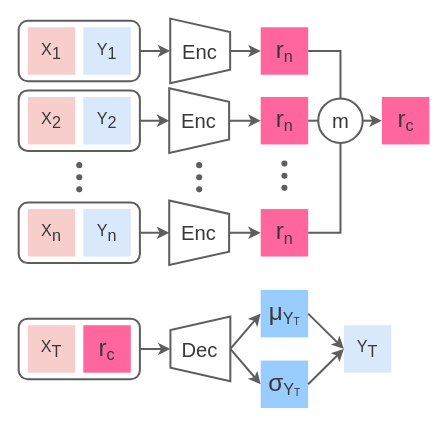
Earlier version of the draw.io diagram page "_CNPs" (1 of 5) of neural_process/nps.drawio (toonnyy8/PPT). Source tidied: cells renumbered, new cells numbered last; positions are measured from the earlier drawing's top-left corner, leaving out a move shared by most shapes. Both pictures are drawn from the tidied source at 101%, with x=0, y=0 at pixel (18, 18).
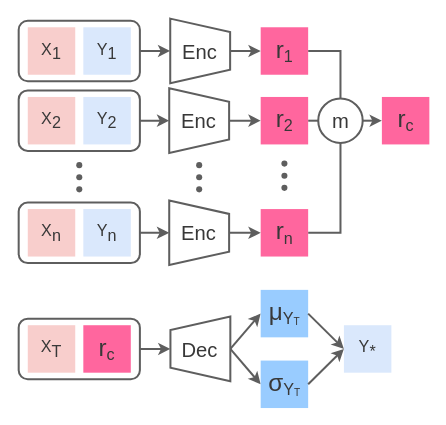
After the change.

Diff of the diagram source:
```diff
@@
-    <mxCell id="29" value="&lt;font style=&quot;font-size: 24px&quot;&gt;r&lt;/font&gt;&lt;sub style=&quot;font-size: 16px&quot;&gt;n&lt;/sub&gt;" style="whiteSpace=wrap;html=1;strokeColor=none;strokeWidth=2;fillColor=#FF669E;fontSize=16;fontColor=#383838;" parent="1" vertex="1">
+    <mxCell id="29" value="&lt;font style=&quot;font-size: 24px&quot;&gt;r&lt;/font&gt;&lt;sub style=&quot;font-size: 16px&quot;&gt;2&lt;/sub&gt;" style="whiteSpace=wrap;html=1;strokeColor=none;strokeWidth=2;fillColor=#FF669E;fontSize=16;fontColor=#383838;" parent="1" vertex="1">
       <mxGeometry x="239.6" y="77.5" width="47" height="47" as="geometry" />
     </mxCell>
@@
-    <mxCell id="32" value="&lt;font style=&quot;font-size: 24px&quot;&gt;r&lt;/font&gt;&lt;sub style=&quot;font-size: 16px&quot;&gt;n&lt;/sub&gt;" style="whiteSpace=wrap;html=1;strokeColor=none;strokeWidth=2;fillColor=#FF669E;fontSize=16;fontColor=#383838;" parent="1" vertex="1">
+    <mxCell id="32" value="&lt;font style=&quot;font-size: 24px&quot;&gt;r&lt;/font&gt;&lt;sub style=&quot;font-size: 16px&quot;&gt;1&lt;/sub&gt;" style="whiteSpace=wrap;html=1;strokeColor=none;strokeWidth=2;fillColor=#FF669E;fontSize=16;fontColor=#383838;" parent="1" vertex="1">
       <mxGeometry x="239.6" y="8.5" width="47" height="47" as="geometry" />
     </mxCell>
@@
-    <mxCell id="71" value="Y&lt;sub style=&quot;font-size: 16px&quot;&gt;T&lt;/sub&gt;" style="whiteSpace=wrap;html=1;strokeColor=none;strokeWidth=2;fillColor=#dae8fc;fontSize=16;fontColor=#383838;" parent="1" vertex="1">
+    <mxCell id="71" value="Y&lt;sub style=&quot;font-size: 16px&quot;&gt;*&lt;/sub&gt;" style="whiteSpace=wrap;html=1;strokeColor=none;strokeWidth=2;fillColor=#dae8fc;fontSize=16;fontColor=#383838;" parent="1" vertex="1">
       <mxGeometry x="322" y="303.5" width="47" height="47" as="geometry" />
     </mxCell>
```
